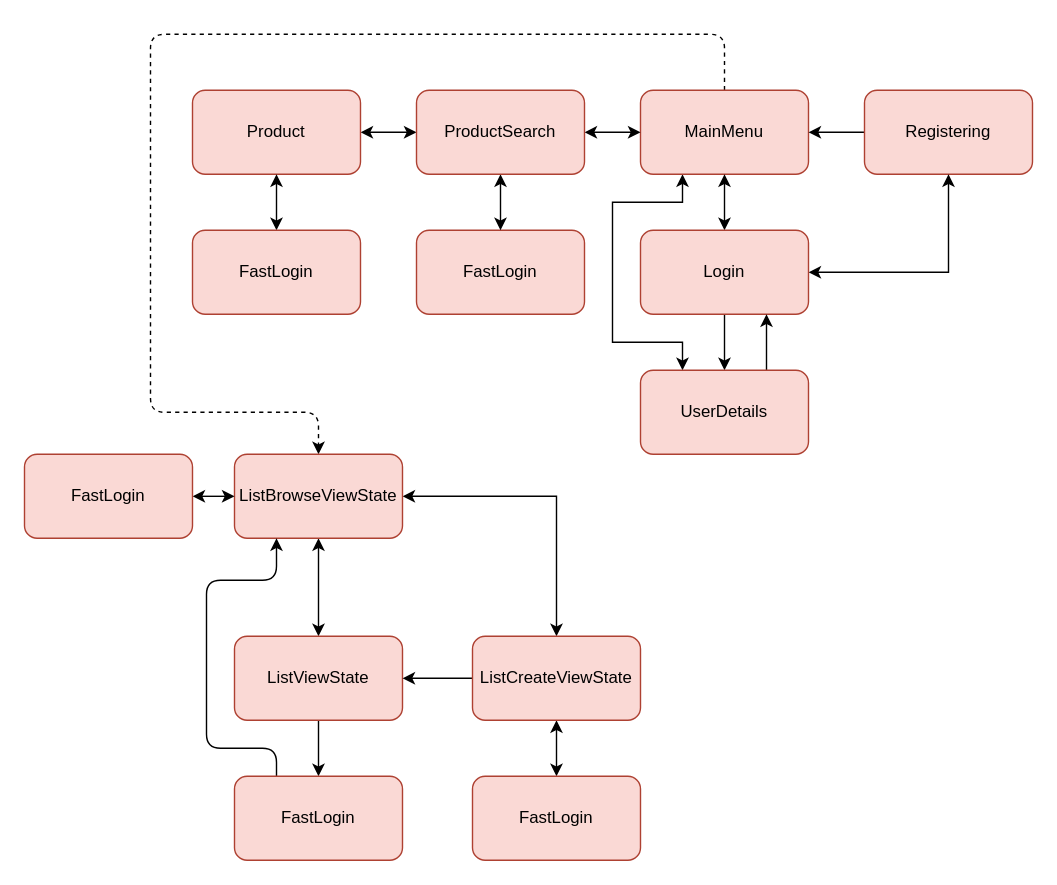
Earlier version of the draw.io diagram Documentation/DrawioFiles/ViewStatesDiagram.drawio (Rumi152/X-KOMdb). Source tidied: cells renumbered, new cells numbered last; positions are measured from the earlier drawing's top-left corner, leaving out a move shared by most shapes. Both pictures are drawn from the tidied source at 140%, with x=0, y=0 at pixel (24, 34).
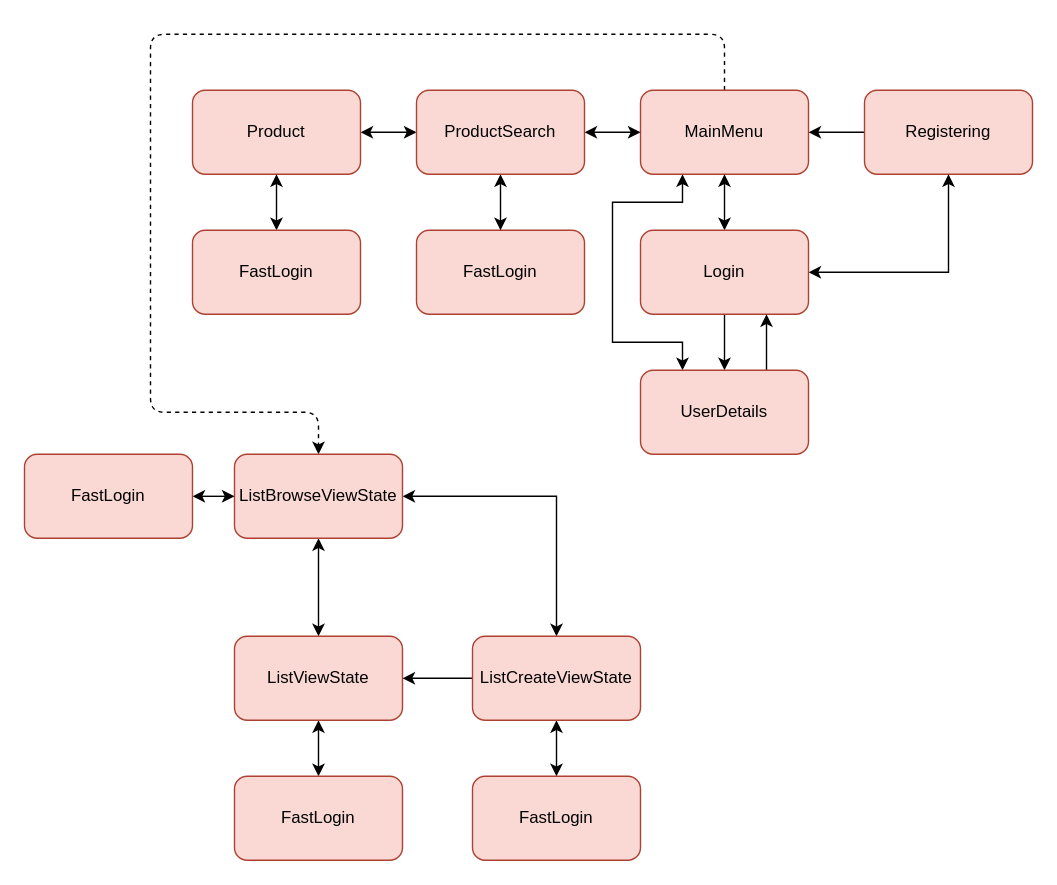
The same diagram, later.

Commit message (it also covers changes not shown here):
suited rest of states for new changes, upgraded code error security and made little gui QOL changes

Unchanged cells that the change refers to:
```xml
<mxCell id="21" value="ListBrowseViewState" style="rounded=1;whiteSpace=wrap;html=1;strokeColor=#ae4132;fontFamily=Helvetica;fontSize=12;fontColor=#000000;fillColor=#fad9d5;" parent="1" vertex="1">
  <mxGeometry x="150" y="300" width="120" height="60" as="geometry" />
</mxCell>
<mxCell id="23" value="ListViewState" style="rounded=1;whiteSpace=wrap;html=1;strokeColor=#ae4132;fontFamily=Helvetica;fontSize=12;fontColor=#000000;fillColor=#fad9d5;" parent="1" vertex="1">
  <mxGeometry x="150" y="430" width="120" height="60" as="geometry" />
</mxCell>
<mxCell id="29" value="FastLogin" style="rounded=1;whiteSpace=wrap;html=1;strokeColor=#ae4132;fontFamily=Helvetica;fontSize=12;fontColor=#000000;fillColor=#fad9d5;" parent="1" vertex="1">
  <mxGeometry x="150" y="530" width="120" height="60" as="geometry" />
</mxCell>
```

The edit, as a diff of the source:
```diff
@@
-    <mxCell id="22" style="edgeStyle=orthogonalEdgeStyle;rounded=0;jettySize=auto;html=1;exitX=0.5;exitY=1;exitDx=0;exitDy=0;entryX=0.5;entryY=0;entryDx=0;entryDy=0;fontFamily=Helvetica;fontSize=12;fontColor=#000000;startArrow=none;startFill=0;" parent="1" edge="1" source="23" target="29">
+    <mxCell id="22" style="edgeStyle=orthogonalEdgeStyle;rounded=0;jettySize=auto;html=1;exitX=0.5;exitY=1;exitDx=0;exitDy=0;entryX=0.5;entryY=0;entryDx=0;entryDy=0;fontFamily=Helvetica;fontSize=12;fontColor=#000000;startArrow=classic;startFill=1;" parent="1" edge="1" source="23" target="29">
       <mxGeometry relative="1" as="geometry" />
     </mxCell>
@@
-    <mxCell id="28" style="edgeStyle=orthogonalEdgeStyle;html=1;exitX=0.25;exitY=0;exitDx=0;exitDy=0;entryX=0.25;entryY=1;entryDx=0;entryDy=0;startArrow=none;startFill=0;" parent="1" edge="1" source="29" target="21">
-      <mxGeometry relative="1" as="geometry">
-        <Array as="points">
-          <mxPoint x="180" y="510" />
-          <mxPoint x="130" y="510" />
-          <mxPoint x="130" y="390" />
-          <mxPoint x="180" y="390" />
-        </Array>
-      </mxGeometry>
-    </mxCell>
```
